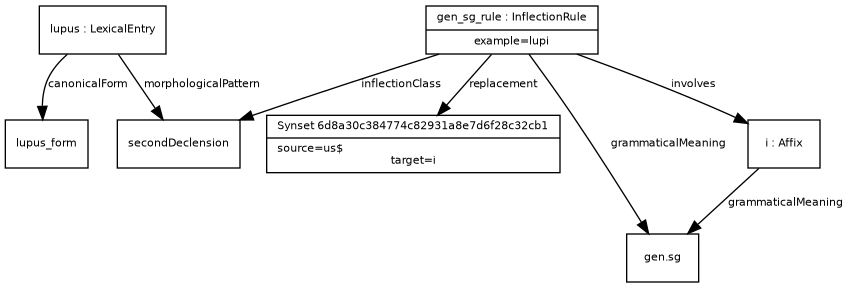
This is examples/example_12.png from ontolex/morph, a Graphviz export, as it was before one commit. Its source is kept beside it as examples/example_12.dot.
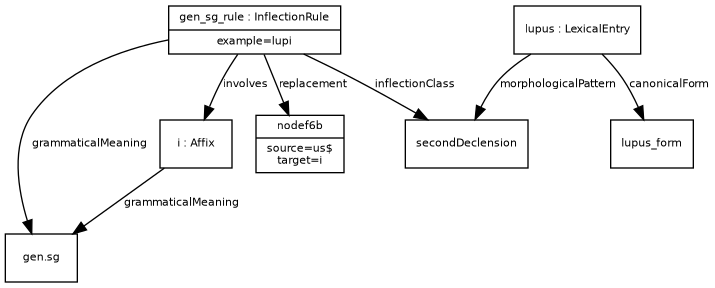
The same file after the commit.

Diff of the diagram source:
```diff
@@ -13,13 +13,9 @@
       fontsize = 8
     ]
 
-lupus_form [ label="{lupus_form}" ]
-lupus -> lupus_form [ label="canonicalForm" ]
+nodef6b [ label="{nodef6b|source=us$\ltarget=i}" ]
+gen_sg_rule -> nodef6b [ label="replacement" ]
 secondDeclension [ label="{secondDeclension}" ]
-lupus -> secondDeclension [ label="morphologicalPattern" ]
-lupus [ label="{lupus : LexicalEntry}" ]
-Synset6d8a30c384774c82931a8e7d6f28c32cb1 [ label="{Synset 6d8a30c384774c82931a8e7d6f28c32cb1|source=us$\ltarget=i}" ]
-gen_sg_rule -> Synset6d8a30c384774c82931a8e7d6f28c32cb1 [ label="replacement" ]
 gen_sg_rule -> secondDeclension [ label="inflectionClass" ]
 gensg [ label="{gen.sg}" ]
 gen_sg_rule -> gensg [ label="grammaticalMeaning" ]
@@ -27,4 +23,8 @@
 i [ label="{i : Affix}" ]
 gen_sg_rule -> i [ label="involves" ]
 gen_sg_rule [ label="{gen_sg_rule : InflectionRule|example=lupi}" ]
+lupus_form [ label="{lupus_form}" ]
+lupus -> lupus_form [ label="canonicalForm" ]
+lupus -> secondDeclension [ label="morphologicalPattern" ]
+lupus [ label="{lupus : LexicalEntry}" ]
 }
```
